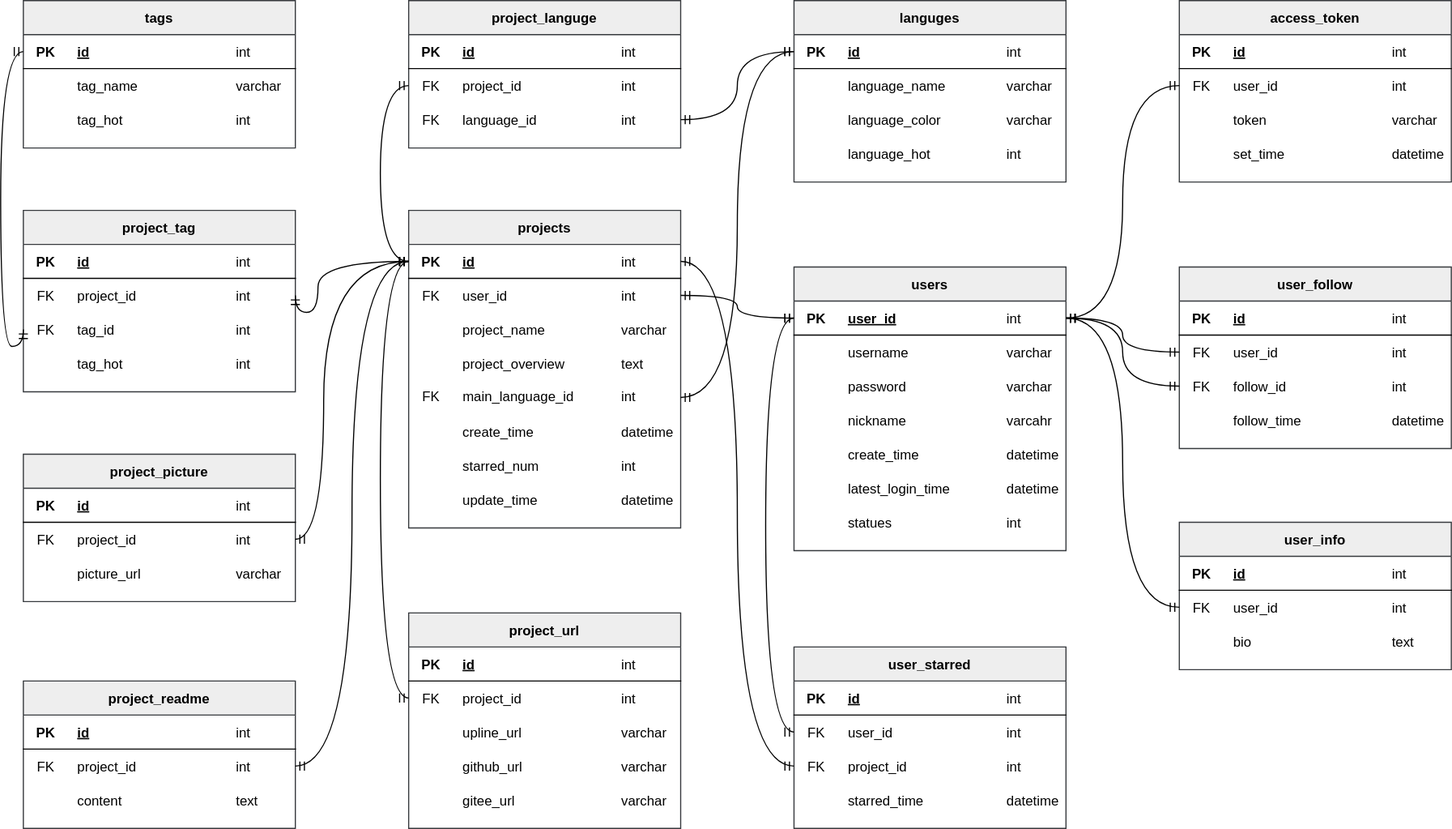
Earlier version of the draw.io export E-RDiagram.svg (zhouxusoft/ProjectDisplayPlatform). Source tidied: cells renumbered, new cells last; positions are measured from the earlier drawing's top-left corner, leaving out a move shared by most shapes.
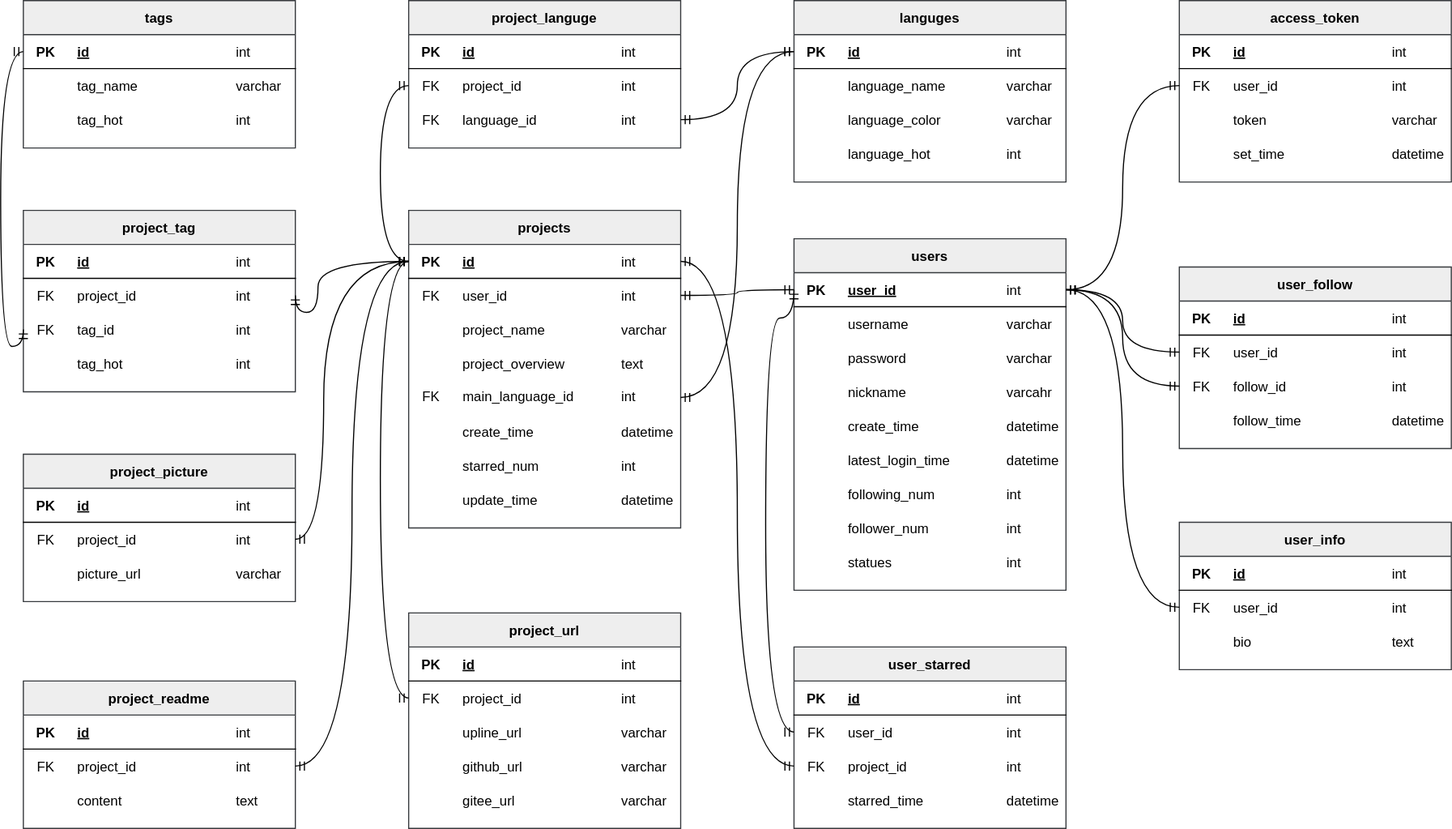
After the commit.

Diff of the diagram source:
```diff
@@ -423,7 +423,7 @@
       <mxGeometry x="180" width="60" height="30" as="geometry" />
     </mxCell>
     <mxCell id="142" value="users" style="shape=table;startSize=30;rowLines=0;fontStyle=1;align=center;shadow=0;rounded=0;swimlaneLine=1;columnLines=0;labelBorderColor=none;bottom=1;left=1;right=1;fillStyle=auto;fillColor=#eeeeee;strokeColor=#36393d;" parent="1" vertex="1">
-      <mxGeometry x="700" y="235" width="240" height="250" as="geometry" />
+      <mxGeometry x="700" y="210" width="240" height="310" as="geometry" />
     </mxCell>
     <mxCell id="143" style="shape=partialRectangle;fillColor=none;points=[[0,0.5],[1,0.5]];portConstraint=eastwest;top=0;left=0;right=0;bottom=1;" parent="142" vertex="1">
       <mxGeometry y="30" width="240" height="30" as="geometry" />
@@ -497,8 +497,32 @@
     <mxCell id="166" value="datetime" style="shape=partialRectangle;overflow=hidden;fillColor=none;top=0;left=0;bottom=0;right=0;align=left;spacingLeft=6;dashed=1;" parent="163" vertex="1">
       <mxGeometry x="180" width="60" height="30" as="geometry" />
     </mxCell>
+    <mxCell id="250" style="shape=partialRectangle;fillColor=none;top=0;left=0;right=0;bottom=0;" parent="142" vertex="1">
+      <mxGeometry y="210" width="240" height="30" as="geometry" />
+    </mxCell>
+    <mxCell id="251" style="shape=partialRectangle;overflow=hidden;fillColor=none;top=0;left=0;bottom=0;right=0;" parent="250" vertex="1">
+      <mxGeometry width="40" height="30" as="geometry" />
+    </mxCell>
+    <mxCell id="252" value="following_num" style="shape=partialRectangle;overflow=hidden;fillColor=none;top=0;left=0;bottom=0;right=0;align=left;spacingLeft=6;" parent="250" vertex="1">
+      <mxGeometry x="40" width="140" height="30" as="geometry" />
+    </mxCell>
+    <mxCell id="253" value="int" style="shape=partialRectangle;overflow=hidden;fillColor=none;top=0;left=0;bottom=0;right=0;align=left;spacingLeft=6;dashed=1;" parent="250" vertex="1">
+      <mxGeometry x="180" width="60" height="30" as="geometry" />
+    </mxCell>
+    <mxCell id="254" style="shape=partialRectangle;fillColor=none;top=0;left=0;right=0;bottom=0;" parent="142" vertex="1">
+      <mxGeometry y="240" width="240" height="30" as="geometry" />
+    </mxCell>
+    <mxCell id="255" style="shape=partialRectangle;overflow=hidden;fillColor=none;top=0;left=0;bottom=0;right=0;" parent="254" vertex="1">
+      <mxGeometry width="40" height="30" as="geometry" />
+    </mxCell>
+    <mxCell id="256" value="follower_num" style="shape=partialRectangle;overflow=hidden;fillColor=none;top=0;left=0;bottom=0;right=0;align=left;spacingLeft=6;" parent="254" vertex="1">
+      <mxGeometry x="40" width="140" height="30" as="geometry" />
+    </mxCell>
+    <mxCell id="257" value="int" style="shape=partialRectangle;overflow=hidden;fillColor=none;top=0;left=0;bottom=0;right=0;align=left;spacingLeft=6;dashed=1;" parent="254" vertex="1">
+      <mxGeometry x="180" width="60" height="30" as="geometry" />
+    </mxCell>
     <mxCell id="167" style="shape=partialRectangle;fillColor=none;top=0;left=0;right=0;bottom=0;" parent="142" vertex="1">
-      <mxGeometry y="210" width="240" height="30" as="geometry" />
+      <mxGeometry y="270" width="240" height="30" as="geometry" />
     </mxCell>
     <mxCell id="168" style="shape=partialRectangle;overflow=hidden;fillColor=none;top=0;left=0;bottom=0;right=0;" parent="167" vertex="1">
       <mxGeometry width="40" height="30" as="geometry" />
```
